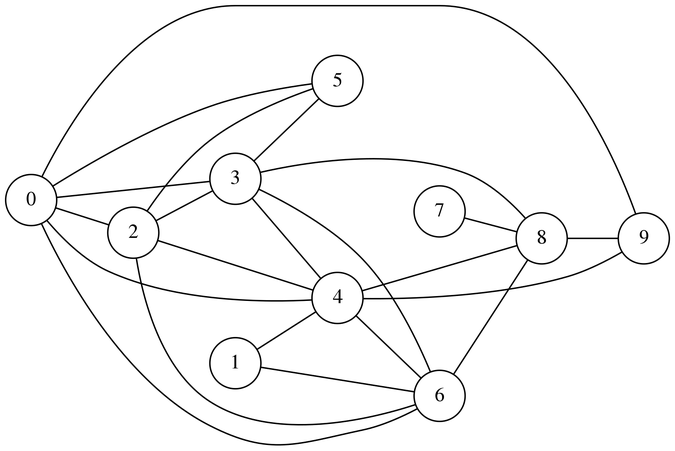
Before: graphs-networks/c-networks/graphviz/matrix_graph.png, a diagram exported from Graphviz (mickey-is-codin/data-structures). Its source is kept beside it as graphs-networks/c-networks/graphviz/matrix_graph.dot. The source it was exported from:
```dot
graph unix {
	graph [ dpi = 300 ];
	node [shape=circle];
	size="6,6";
	rankdir="LR";

	0 -- 2
	0 -- 3
	0 -- 4
	0 -- 5
	0 -- 6
	0 -- 9
	1 -- 4
	1 -- 6
	2 -- 3
	2 -- 4
	2 -- 5
	2 -- 6
	3 -- 4
	3 -- 5
	3 -- 6
	3 -- 8
	4 -- 6
	4 -- 8
	4 -- 9
	6 -- 8
	7 -- 8
	8 -- 9
}
```
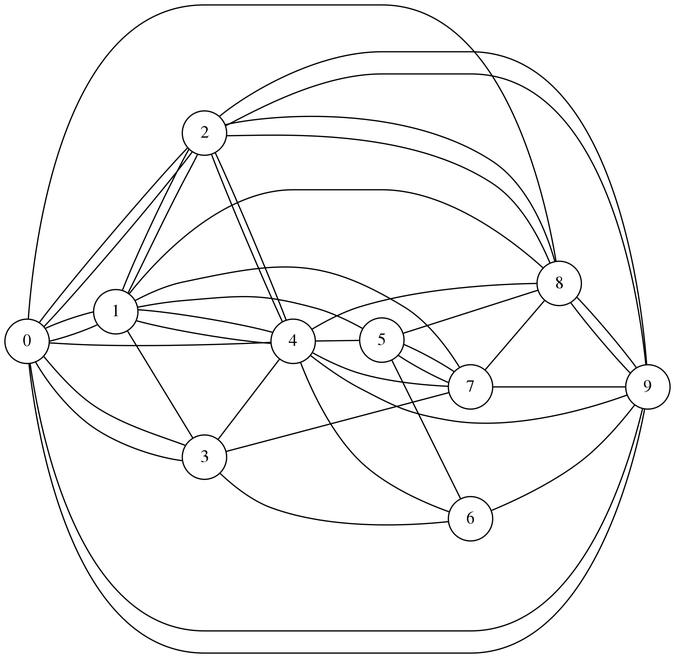
The same diagram one commit later.

What changed in the source:
```diff
@@ -4,26 +4,45 @@
 	size="6,6";
 	rankdir="LR";
 
+	0 -- 1
+	0 -- 1
+	0 -- 2
 	0 -- 2
 	0 -- 3
+	0 -- 3
 	0 -- 4
-	0 -- 5
-	0 -- 6
+	0 -- 8
 	0 -- 9
+	0 -- 9
+	1 -- 2
+	1 -- 2
+	1 -- 3
 	1 -- 4
-	1 -- 6
-	2 -- 3
+	1 -- 4
+	1 -- 5
+	1 -- 7
+	1 -- 8
 	2 -- 4
-	2 -- 5
-	2 -- 6
+	2 -- 4
+	2 -- 8
+	2 -- 8
+	2 -- 9
+	2 -- 9
 	3 -- 4
-	3 -- 5
 	3 -- 6
-	3 -- 8
+	3 -- 7
+	4 -- 5
 	4 -- 6
+	4 -- 7
 	4 -- 8
 	4 -- 9
-	6 -- 8
+	5 -- 6
+	5 -- 7
+	5 -- 7
+	5 -- 8
+	6 -- 9
 	7 -- 8
+	7 -- 9
+	8 -- 9
 	8 -- 9
 }
```
